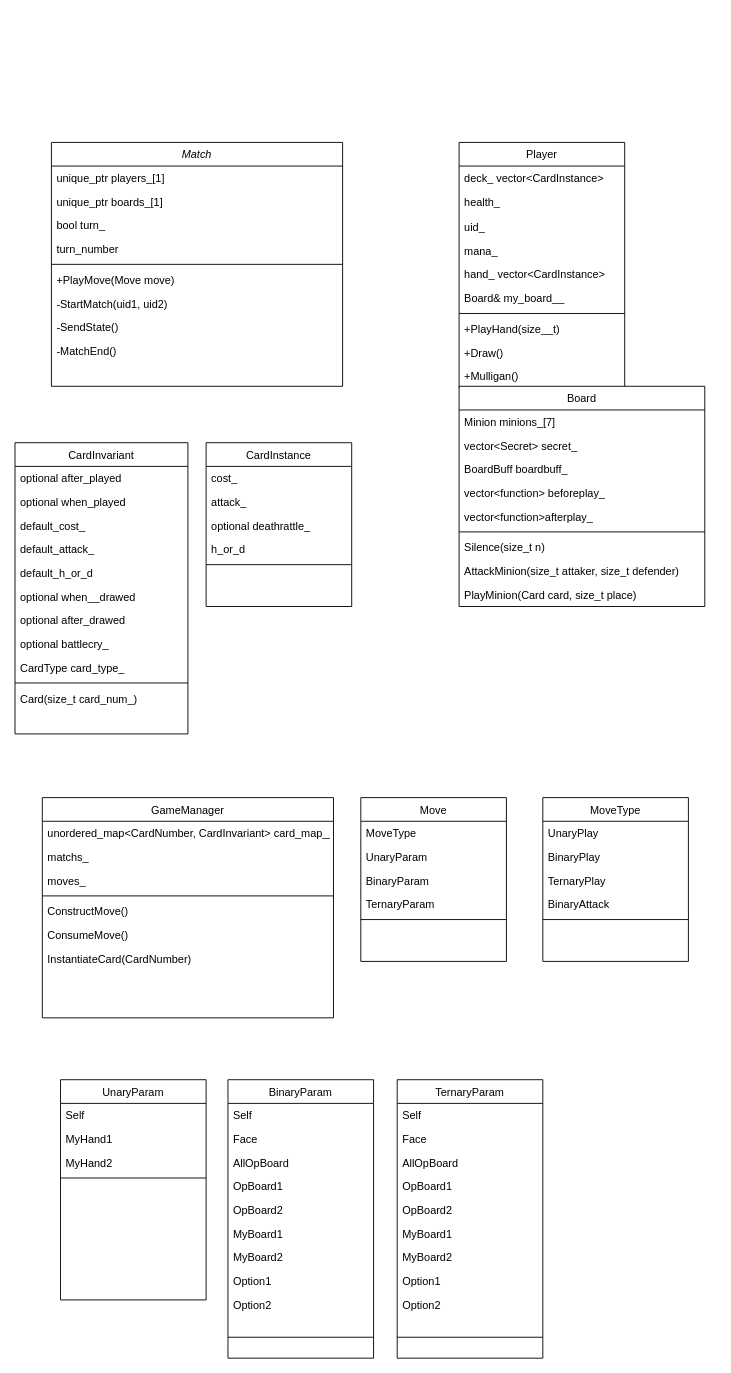
Earlier version of the draw.io diagram overview.drawio (gsgyuhwan/hs_game_server_toyproject). Source tidied: cells renumbered, new cells numbered last; positions are measured from the earlier drawing's top-left corner, leaving out a move shared by most shapes. Both pictures are drawn from the tidied source at 91%, with x=0, y=0 at pixel (15, 142).
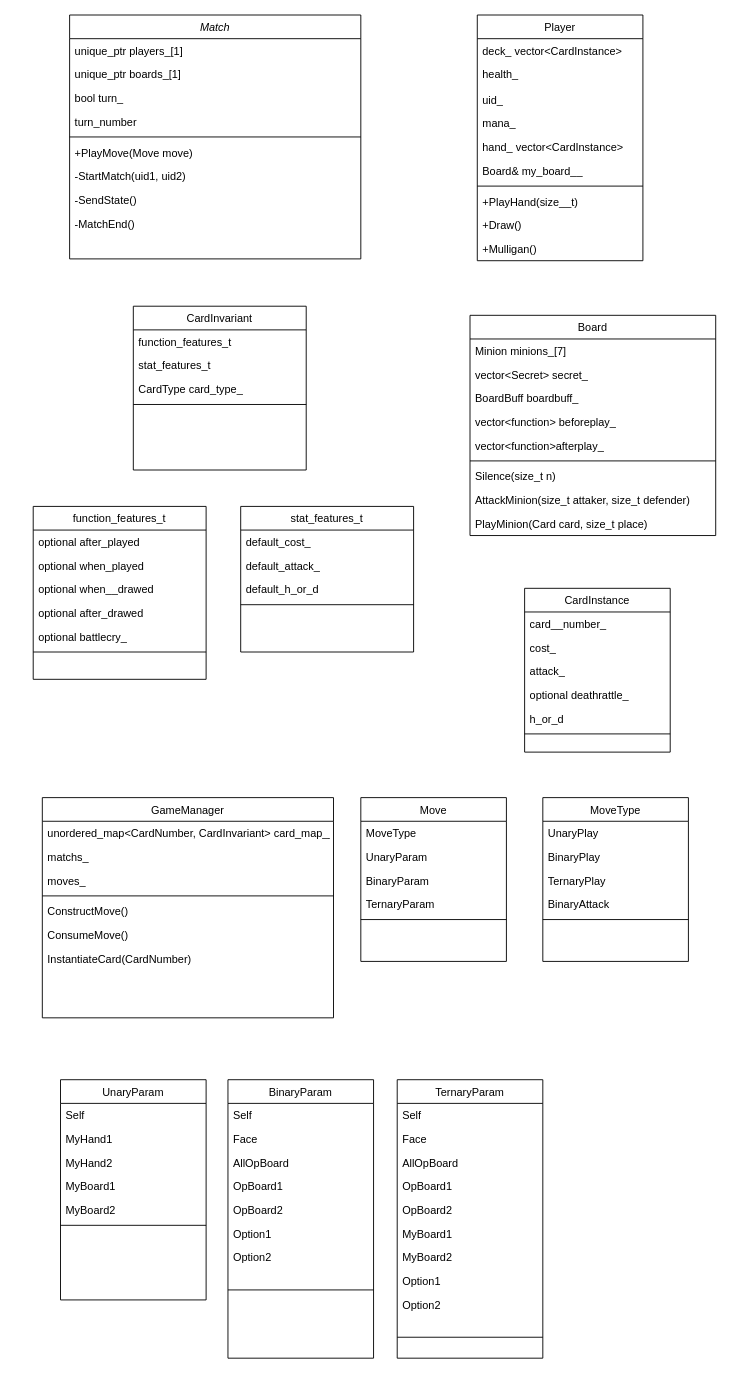
The same diagram, later.

The change refers to these unchanged cells:
```xml
<mxCell id="65" value="UnaryParam" style="swimlane;fontStyle=0;align=center;verticalAlign=top;horizontal=1;startSize=26;rounded=0;shadow=0;strokeWidth=1;" parent="1" vertex="1">
  <mxGeometry x="50" y="1030" width="160" height="242" as="geometry" />
</mxCell>
<mxCell id="76" value="BinaryParam" style="swimlane;fontStyle=0;align=center;verticalAlign=top;horizontal=1;startSize=26;rounded=0;shadow=0;strokeWidth=1;" parent="1" vertex="1">
  <mxGeometry x="234" y="1030" width="160" height="306" as="geometry" />
</mxCell>
```

The edit, as a diff of the source:
```diff
@@
     <mxCell id="2" value="Match" style="swimlane;fontStyle=2;align=center;verticalAlign=top;horizontal=1;startSize=26;rounded=0;shadow=0;strokeWidth=1;" parent="1" vertex="1">
-      <mxGeometry x="40" width="320" height="268" as="geometry" />
+      <mxGeometry x="60" y="-140" width="320" height="268" as="geometry" />
     </mxCell>
@@
     <mxCell id="12" value="Player" style="swimlane;fontStyle=0;align=center;verticalAlign=top;horizontal=1;startSize=26;rounded=0;shadow=0;strokeWidth=1;" parent="1" vertex="1">
-      <mxGeometry x="488" width="182" height="270" as="geometry" />
+      <mxGeometry x="508" y="-140" width="182" height="270" as="geometry" />
     </mxCell>
@@
     <mxCell id="23" value="CardInvariant" style="swimlane;fontStyle=0;align=center;verticalAlign=top;horizontal=1;startSize=26;rounded=0;shadow=0;strokeWidth=1;" parent="1" vertex="1">
-      <mxGeometry y="330" width="190" height="320" as="geometry" />
+      <mxGeometry x="130" y="180" width="190" height="180" as="geometry" />
     </mxCell>
-    <mxCell id="24" value="optional after_played" style="text;align=left;verticalAlign=top;spacingLeft=4;spacingRight=4;overflow=hidden;" parent="23" vertex="1">
+    <mxCell id="24" value="function_features_t" style="text;align=left;verticalAlign=top;spacingLeft=4;spacingRight=4;overflow=hidden;" parent="23" vertex="1">
       <mxGeometry y="26" width="190" height="26" as="geometry" />
     </mxCell>
-    <mxCell id="25" value="optional when_played" style="text;align=left;verticalAlign=top;spacingLeft=4;spacingRight=4;overflow=hidden;" parent="23" vertex="1">
+    <mxCell id="25" value="stat_features_t" style="text;align=left;verticalAlign=top;spacingLeft=4;spacingRight=4;overflow=hidden;" parent="23" vertex="1">
       <mxGeometry y="52" width="190" height="26" as="geometry" />
     </mxCell>
-    <mxCell id="26" value="default_cost_" style="text;align=left;verticalAlign=top;spacingLeft=4;spacingRight=4;overflow=hidden;rounded=0;shadow=0;html=0;" parent="23" vertex="1">
-      <mxGeometry y="78" width="190" height="26" as="geometry" />
-    </mxCell>
-    <mxCell id="27" value="default_attack_" style="text;align=left;verticalAlign=top;spacingLeft=4;spacingRight=4;overflow=hidden;rounded=0;shadow=0;html=0;" parent="23" vertex="1">
-      <mxGeometry y="104" width="190" height="26" as="geometry" />
-    </mxCell>
-    <mxCell id="28" value="default_h_or_d" style="text;align=left;verticalAlign=top;spacingLeft=4;spacingRight=4;overflow=hidden;rounded=0;shadow=0;html=0;" parent="23" vertex="1">
-      <mxGeometry y="130" width="190" height="26" as="geometry" />
-    </mxCell>
-    <mxCell id="29" value="optional when__drawed" style="text;align=left;verticalAlign=top;spacingLeft=4;spacingRight=4;overflow=hidden;" parent="23" vertex="1">
-      <mxGeometry y="156" width="190" height="26" as="geometry" />
-    </mxCell>
-    <mxCell id="30" value="optional after_drawed" style="text;align=left;verticalAlign=top;spacingLeft=4;spacingRight=4;overflow=hidden;" parent="23" vertex="1">
-      <mxGeometry y="182" width="190" height="26" as="geometry" />
-    </mxCell>
-    <mxCell id="31" value="optional battlecry_" style="text;align=left;verticalAlign=top;spacingLeft=4;spacingRight=4;overflow=hidden;" parent="23" vertex="1">
-      <mxGeometry y="208" width="190" height="26" as="geometry" />
-    </mxCell>
     <mxCell id="32" value="CardType card_type_" style="text;align=left;verticalAlign=top;spacingLeft=4;spacingRight=4;overflow=hidden;" parent="23" vertex="1">
-      <mxGeometry y="234" width="190" height="26" as="geometry" />
+      <mxGeometry y="78" width="190" height="26" as="geometry" />
     </mxCell>
     <mxCell id="33" style="line;html=1;strokeWidth=1;align=left;verticalAlign=middle;spacingTop=-1;spacingLeft=3;spacingRight=3;labelPosition=right;" parent="23" vertex="1">
-      <mxGeometry y="260" width="190" height="8" as="geometry" />
+      <mxGeometry y="104" width="190" height="8" as="geometry" />
     </mxCell>
-    <mxCell id="34" value="Card(size_t card_num_)" style="text;align=left;verticalAlign=top;spacingLeft=4;spacingRight=4;overflow=hidden;" parent="23" vertex="1">
-      <mxGeometry y="268" width="190" height="26" as="geometry" />
-    </mxCell>
     <mxCell id="35" value="CardInstance" style="swimlane;fontStyle=0;align=center;verticalAlign=top;horizontal=1;startSize=26;rounded=0;shadow=0;strokeWidth=1;" parent="1" vertex="1">
-      <mxGeometry x="210" y="330" width="160" height="180" as="geometry" />
+      <mxGeometry x="560" y="490" width="160" height="180" as="geometry" />
     </mxCell>
-    <mxCell id="36" value="cost_" style="text;align=left;verticalAlign=top;spacingLeft=4;spacingRight=4;overflow=hidden;" parent="35" vertex="1">
+    <mxCell id="36" value="card__number_" style="text;align=left;verticalAlign=top;spacingLeft=4;spacingRight=4;overflow=hidden;" parent="35" vertex="1">
       <mxGeometry y="26" width="160" height="26" as="geometry" />
     </mxCell>
+    <mxCell id="98" value="cost_" style="text;align=left;verticalAlign=top;spacingLeft=4;spacingRight=4;overflow=hidden;" parent="35" vertex="1">
+      <mxGeometry y="52" width="160" height="26" as="geometry" />
+    </mxCell>
     <mxCell id="37" value="attack_" style="text;align=left;verticalAlign=top;spacingLeft=4;spacingRight=4;overflow=hidden;" parent="35" vertex="1">
-      <mxGeometry y="52" width="160" height="26" as="geometry" />
+      <mxGeometry y="78" width="160" height="26" as="geometry" />
     </mxCell>
     <mxCell id="38" value="optional deathrattle_" style="text;align=left;verticalAlign=top;spacingLeft=4;spacingRight=4;overflow=hidden;" parent="35" vertex="1">
-      <mxGeometry y="78" width="160" height="26" as="geometry" />
+      <mxGeometry y="104" width="160" height="26" as="geometry" />
     </mxCell>
     <mxCell id="39" value="h_or_d" style="text;align=left;verticalAlign=top;spacingLeft=4;spacingRight=4;overflow=hidden;" parent="35" vertex="1">
-      <mxGeometry y="104" width="160" height="26" as="geometry" />
+      <mxGeometry y="130" width="160" height="26" as="geometry" />
     </mxCell>
     <mxCell id="40" style="line;html=1;strokeWidth=1;align=left;verticalAlign=middle;spacingTop=-1;spacingLeft=3;spacingRight=3;labelPosition=right;" parent="35" vertex="1">
-      <mxGeometry y="130" width="160" height="8" as="geometry" />
+      <mxGeometry y="156" width="160" height="8" as="geometry" />
     </mxCell>
     <mxCell id="41" value="Board" style="swimlane;fontStyle=0;align=center;verticalAlign=top;horizontal=1;startSize=26;rounded=0;shadow=0;strokeWidth=1;" parent="1" vertex="1">
-      <mxGeometry x="488" y="268" width="270" height="242" as="geometry" />
+      <mxGeometry x="500" y="190" width="270" height="242" as="geometry" />
     </mxCell>
@@
+    <mxCell id="82" value="MyBoard1" style="text;align=left;verticalAlign=top;spacingLeft=4;spacingRight=4;overflow=hidden;" parent="65" vertex="1">
+      <mxGeometry y="104" width="160" height="26" as="geometry" />
+    </mxCell>
+    <mxCell id="83" value="MyBoard2" style="text;align=left;verticalAlign=top;spacingLeft=4;spacingRight=4;overflow=hidden;" parent="65" vertex="1">
+      <mxGeometry y="130" width="160" height="26" as="geometry" />
+    </mxCell>
     <mxCell id="69" style="line;html=1;strokeWidth=1;align=left;verticalAlign=middle;spacingTop=-1;spacingLeft=3;spacingRight=3;labelPosition=right;" parent="65" vertex="1">
-      <mxGeometry y="104" width="160" height="8" as="geometry" />
+      <mxGeometry y="156" width="160" height="8" as="geometry" />
     </mxCell>
@@
-    <mxCell id="82" value="MyBoard1" style="text;align=left;verticalAlign=top;spacingLeft=4;spacingRight=4;overflow=hidden;" parent="76" vertex="1">
-      <mxGeometry y="156" width="160" height="26" as="geometry" />
-    </mxCell>
-    <mxCell id="83" value="MyBoard2" style="text;align=left;verticalAlign=top;spacingLeft=4;spacingRight=4;overflow=hidden;" parent="76" vertex="1">
-      <mxGeometry y="182" width="160" height="26" as="geometry" />
-    </mxCell>
     <mxCell id="84" value="Option1" style="text;align=left;verticalAlign=top;spacingLeft=4;spacingRight=4;overflow=hidden;" parent="76" vertex="1">
-      <mxGeometry y="208" width="160" height="26" as="geometry" />
+      <mxGeometry y="156" width="160" height="26" as="geometry" />
     </mxCell>
     <mxCell id="85" value="Option2" style="text;align=left;verticalAlign=top;spacingLeft=4;spacingRight=4;overflow=hidden;" parent="76" vertex="1">
-      <mxGeometry y="234" width="160" height="26" as="geometry" />
+      <mxGeometry y="182" width="160" height="26" as="geometry" />
     </mxCell>
     <mxCell id="86" style="line;html=1;strokeWidth=1;align=left;verticalAlign=middle;spacingTop=-1;spacingLeft=3;spacingRight=3;labelPosition=right;" parent="76" vertex="1">
-      <mxGeometry y="260" width="160" height="46" as="geometry" />
+      <mxGeometry y="208" width="160" height="46" as="geometry" />
     </mxCell>
@@
+    <mxCell id="99" value="function_features_t" style="swimlane;fontStyle=0;align=center;verticalAlign=top;horizontal=1;startSize=26;rounded=0;shadow=0;strokeWidth=1;" parent="1" vertex="1">
+      <mxGeometry x="20" y="400" width="190" height="190" as="geometry" />
+    </mxCell>
+    <mxCell id="100" value="optional after_played" style="text;align=left;verticalAlign=top;spacingLeft=4;spacingRight=4;overflow=hidden;" parent="99" vertex="1">
+      <mxGeometry y="26" width="190" height="26" as="geometry" />
+    </mxCell>
+    <mxCell id="101" value="optional when_played" style="text;align=left;verticalAlign=top;spacingLeft=4;spacingRight=4;overflow=hidden;" parent="99" vertex="1">
+      <mxGeometry y="52" width="190" height="26" as="geometry" />
+    </mxCell>
+    <mxCell id="29" value="optional when__drawed" style="text;align=left;verticalAlign=top;spacingLeft=4;spacingRight=4;overflow=hidden;" parent="99" vertex="1">
+      <mxGeometry y="78" width="190" height="26" as="geometry" />
+    </mxCell>
+    <mxCell id="30" value="optional after_drawed" style="text;align=left;verticalAlign=top;spacingLeft=4;spacingRight=4;overflow=hidden;" parent="99" vertex="1">
+      <mxGeometry y="104" width="190" height="26" as="geometry" />
+    </mxCell>
+    <mxCell id="31" value="optional battlecry_" style="text;align=left;verticalAlign=top;spacingLeft=4;spacingRight=4;overflow=hidden;" parent="99" vertex="1">
+      <mxGeometry y="130" width="190" height="26" as="geometry" />
+    </mxCell>
+    <mxCell id="102" style="line;html=1;strokeWidth=1;align=left;verticalAlign=middle;spacingTop=-1;spacingLeft=3;spacingRight=3;labelPosition=right;" parent="99" vertex="1">
+      <mxGeometry y="156" width="190" height="8" as="geometry" />
+    </mxCell>
+    <mxCell id="103" value="stat_features_t" style="swimlane;fontStyle=0;align=center;verticalAlign=top;horizontal=1;startSize=26;rounded=0;shadow=0;strokeWidth=1;" parent="1" vertex="1">
+      <mxGeometry x="248" y="400" width="190" height="160" as="geometry" />
+    </mxCell>
+    <mxCell id="26" value="default_cost_" style="text;align=left;verticalAlign=top;spacingLeft=4;spacingRight=4;overflow=hidden;rounded=0;shadow=0;html=0;" parent="103" vertex="1">
+      <mxGeometry y="26" width="190" height="26" as="geometry" />
+    </mxCell>
+    <mxCell id="27" value="default_attack_" style="text;align=left;verticalAlign=top;spacingLeft=4;spacingRight=4;overflow=hidden;rounded=0;shadow=0;html=0;" parent="103" vertex="1">
+      <mxGeometry y="52" width="190" height="26" as="geometry" />
+    </mxCell>
+    <mxCell id="28" value="default_h_or_d" style="text;align=left;verticalAlign=top;spacingLeft=4;spacingRight=4;overflow=hidden;rounded=0;shadow=0;html=0;" parent="103" vertex="1">
+      <mxGeometry y="78" width="190" height="26" as="geometry" />
+    </mxCell>
+    <mxCell id="104" style="line;html=1;strokeWidth=1;align=left;verticalAlign=middle;spacingTop=-1;spacingLeft=3;spacingRight=3;labelPosition=right;" parent="103" vertex="1">
+      <mxGeometry y="104" width="190" height="8" as="geometry" />
+    </mxCell>
```
